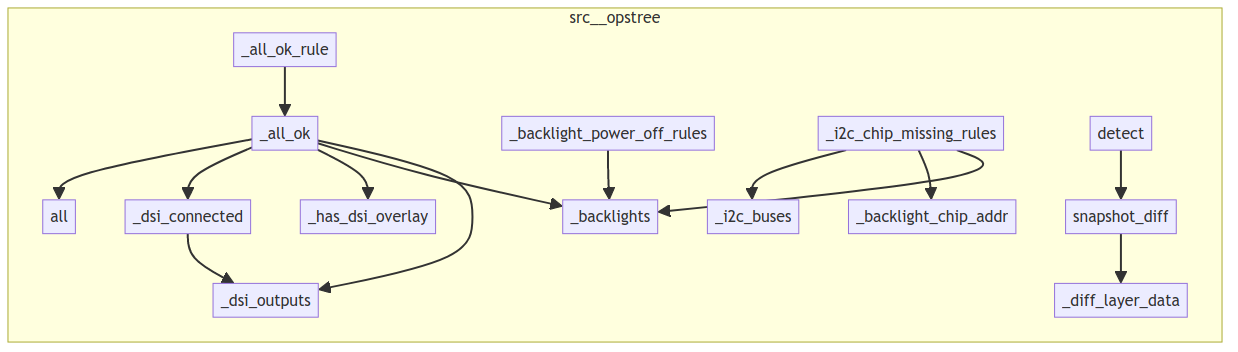
The Mermaid diagram project/calls.png in semcod/op3, before a commit. Its source is kept beside it as project/calls.mmd.
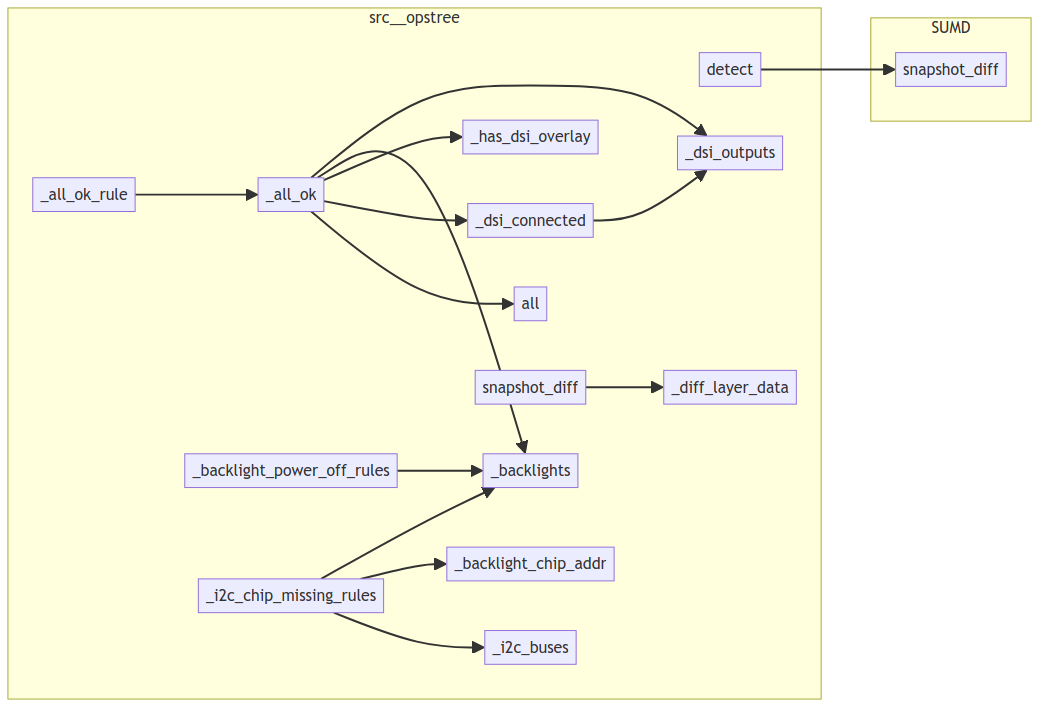
After the change.

The edit, as a diff of the source:
```diff
@@ -1,19 +1,22 @@
 flowchart LR
+    subgraph SUMD
+        SUMD__snapshot_diff["snapshot_diff"]
+    end
     subgraph src__opstree
-        src__opstree__probes__builtin__rpi_diagnostics___all_ok_rule["_all_ok_rule"]
+        src__opstree__probes__builtin__rpi_diagnostics___all_ok["_all_ok"]
+        src__opstree__probes__registry__ProbeRegistry__all["all"]
         src__opstree__probes__builtin__rpi_diagnostics___backlight_power_off_rules["_backlight_power_off_rules"]
-        src__opstree__probes__builtin__rpi_diagnostics___dsi_connected["_dsi_connected"]
-        src__opstree__probes__builtin__rpi_diagnostics___backlights["_backlights"]
-        src__opstree__snapshot__diff__snapshot_diff["snapshot_diff"]
-        src__opstree__probes__builtin__rpi_diagnostics___all_ok["_all_ok"]
-        src__opstree__probes__builtin__rpi_diagnostics___i2c_chip_missing_rules["_i2c_chip_missing_rules"]
-        src__opstree__snapshot__diff___diff_layer_data["_diff_layer_data"]
         src__opstree__probes__builtin__rpi_diagnostics___backlight_chip_addr["_backlight_chip_addr"]
         src__opstree__drift__detector__DriftDetector__detect["detect"]
-        src__opstree__probes__registry__ProbeRegistry__all["all"]
+        src__opstree__snapshot__diff___diff_layer_data["_diff_layer_data"]
+        src__opstree__probes__builtin__rpi_diagnostics___dsi_connected["_dsi_connected"]
+        src__opstree__probes__builtin__rpi_diagnostics___i2c_chip_missing_rules["_i2c_chip_missing_rules"]
+        src__opstree__probes__builtin__rpi_diagnostics___i2c_buses["_i2c_buses"]
+        src__opstree__snapshot__diff__snapshot_diff["snapshot_diff"]
+        src__opstree__probes__builtin__rpi_diagnostics___all_ok_rule["_all_ok_rule"]
         src__opstree__probes__builtin__rpi_diagnostics___dsi_outputs["_dsi_outputs"]
-        src__opstree__probes__builtin__rpi_diagnostics___i2c_buses["_i2c_buses"]
         src__opstree__probes__builtin__rpi_diagnostics___has_dsi_overlay["_has_dsi_overlay"]
+        src__opstree__probes__builtin__rpi_diagnostics___backlights["_backlights"]
     end
     src__opstree__probes__builtin__rpi_diagnostics___dsi_connected --> src__opstree__probes__builtin__rpi_diagnostics___dsi_outputs
     src__opstree__probes__builtin__rpi_diagnostics___all_ok --> src__opstree__probes__builtin__rpi_diagnostics___dsi_outputs
@@ -26,5 +29,5 @@
     src__opstree__probes__builtin__rpi_diagnostics___i2c_chip_missing_rules --> src__opstree__probes__builtin__rpi_diagnostics___backlight_chip_addr
     src__opstree__probes__builtin__rpi_diagnostics___i2c_chip_missing_rules --> src__opstree__probes__builtin__rpi_diagnostics___i2c_buses
     src__opstree__probes__builtin__rpi_diagnostics___all_ok_rule --> src__opstree__probes__builtin__rpi_diagnostics___all_ok
+    src__opstree__drift__detector__DriftDetector__detect --> SUMD__snapshot_diff
     src__opstree__snapshot__diff__snapshot_diff --> src__opstree__snapshot__diff___diff_layer_data
-    src__opstree__drift__detector__DriftDetector__detect --> src__opstree__snapshot__diff__snapshot_diff
```
